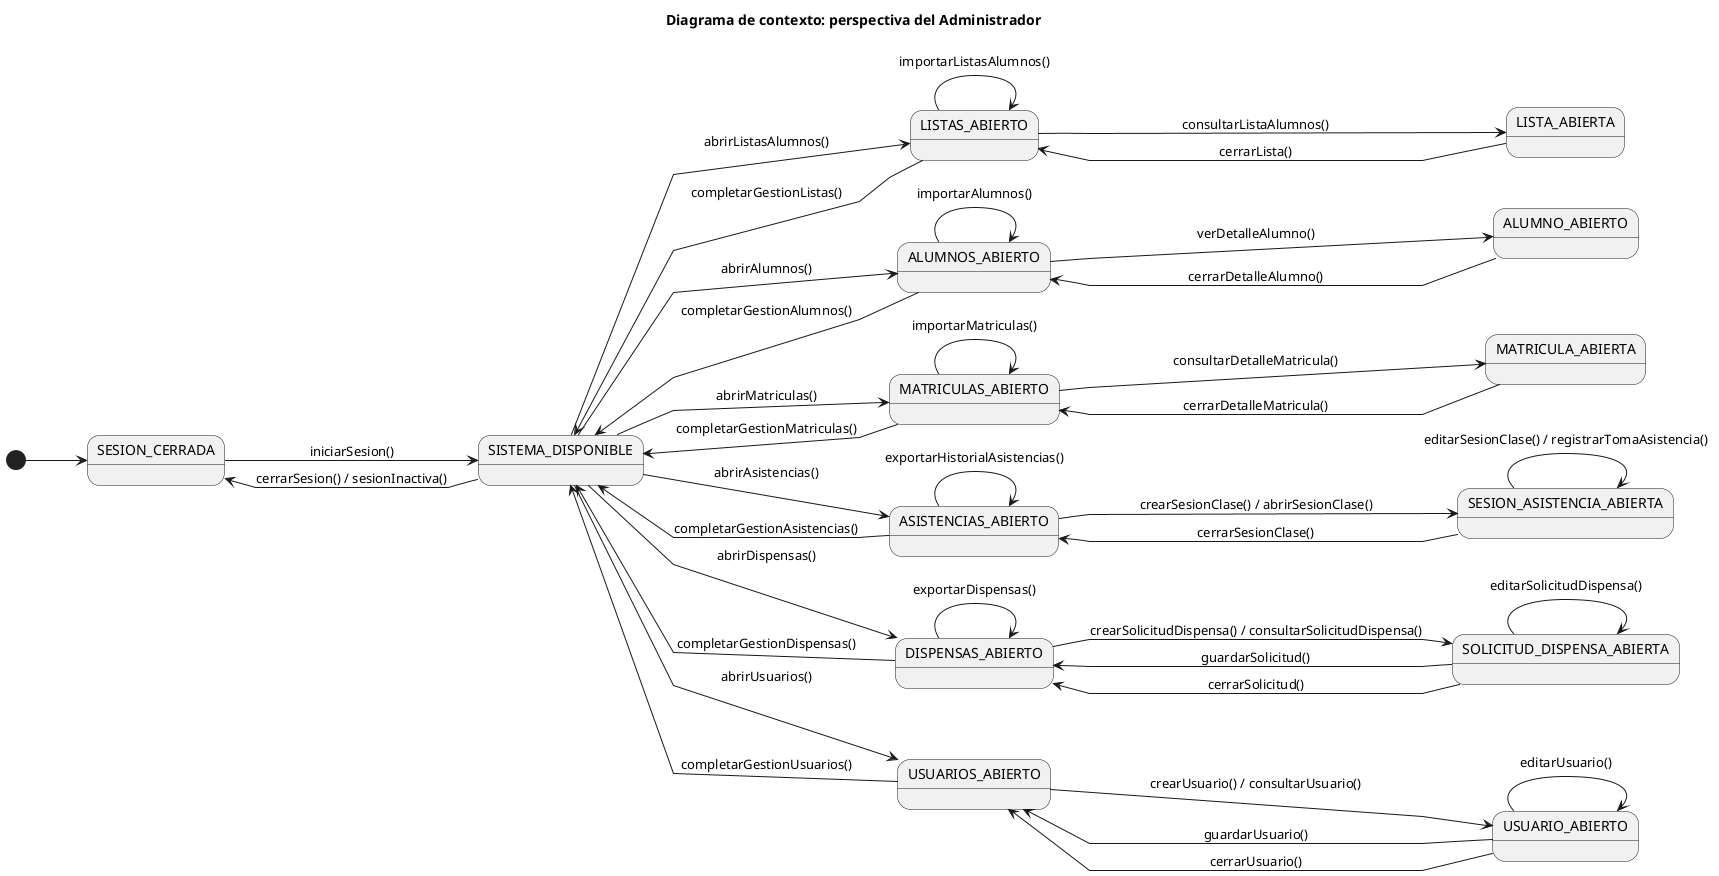
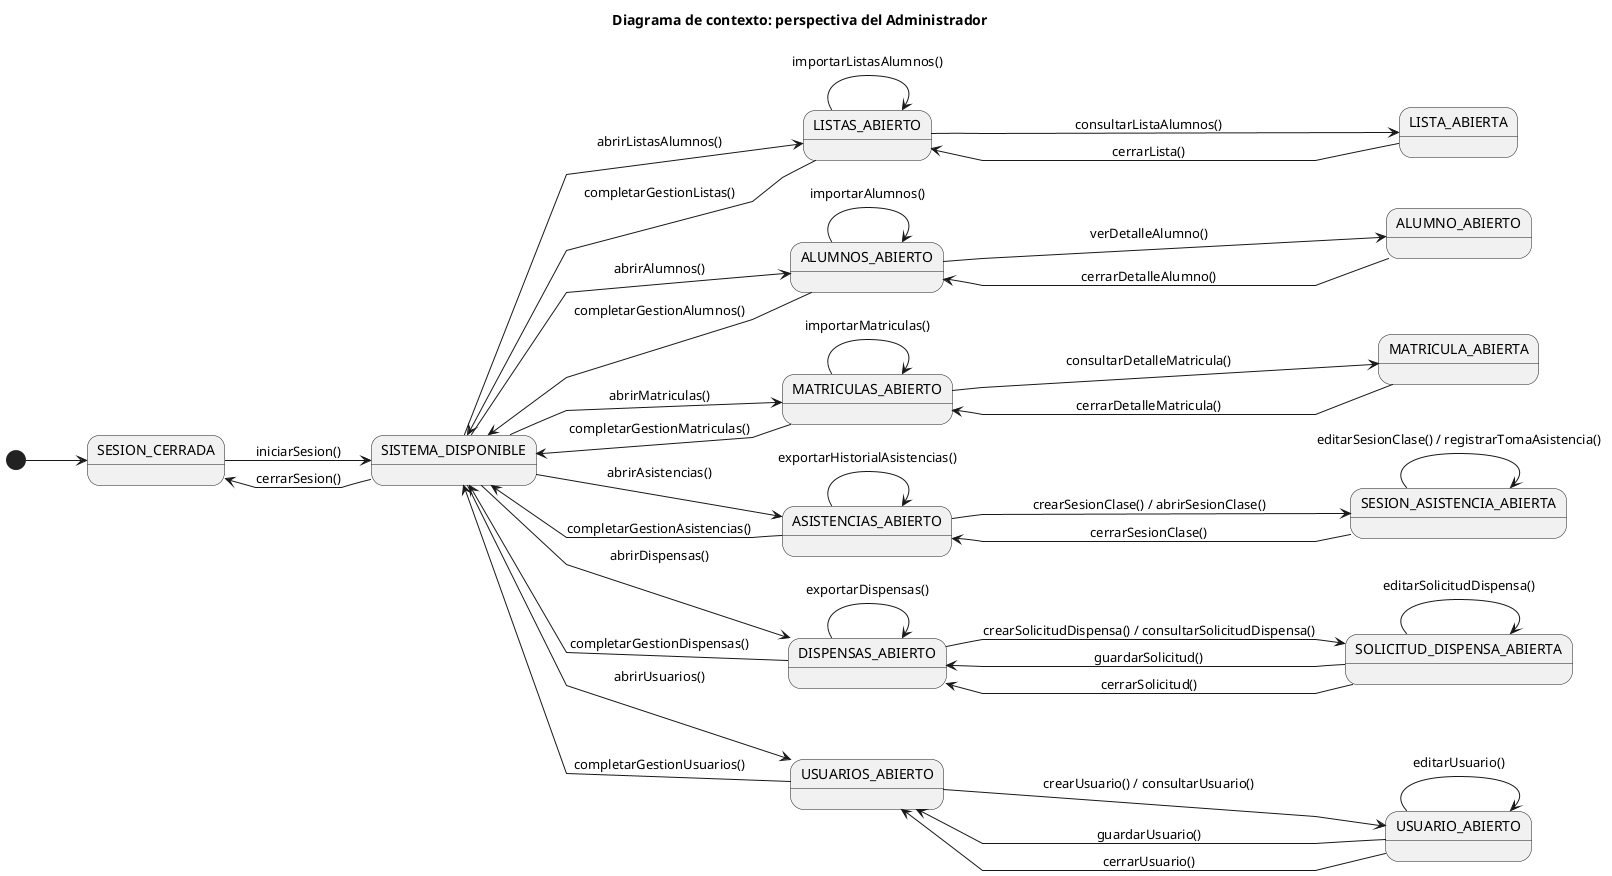
@startuml DiagramaDeContexto
title Diagrama de contexto: perspectiva del Administrador
left to right direction
skinparam linetype polyline

[*] --> SESION_CERRADA

SESION_CERRADA --> SISTEMA_DISPONIBLE : iniciarSesion()
- SISTEMA_DISPONIBLE --> SESION_CERRADA : cerrarSesion() / sesionInactiva()
+ SISTEMA_DISPONIBLE --> SESION_CERRADA : cerrarSesion()

'==========================================
'  MÓDULO LISTAS DE ALUMNOS (solo importar + consulta)
'==========================================
SISTEMA_DISPONIBLE --> LISTAS_ABIERTO : abrirListasAlumnos()
LISTAS_ABIERTO --> SISTEMA_DISPONIBLE : completarGestionListas()

' Importar todas las listas desde el sistema externo
LISTAS_ABIERTO --> LISTAS_ABIERTO : importarListasAlumnos()

' Consultar el detalle de una lista (solo lectura)
LISTAS_ABIERTO --> LISTA_ABIERTA : consultarListaAlumnos()
LISTA_ABIERTA --> LISTAS_ABIERTO : cerrarLista()

'==========================================
'  MÓDULO ALUMNOS (solo importación y consulta)
'==========================================
SISTEMA_DISPONIBLE --> ALUMNOS_ABIERTO : abrirAlumnos()
ALUMNOS_ABIERTO --> SISTEMA_DISPONIBLE : completarGestionAlumnos()

ALUMNOS_ABIERTO --> ALUMNOS_ABIERTO : importarAlumnos()
ALUMNOS_ABIERTO --> ALUMNO_ABIERTO : verDetalleAlumno()

ALUMNO_ABIERTO --> ALUMNOS_ABIERTO : cerrarDetalleAlumno()

'==========================================
'  MÓDULO MATRÍCULAS (solo importación y consulta)
'==========================================
SISTEMA_DISPONIBLE --> MATRICULAS_ABIERTO : abrirMatriculas()
MATRICULAS_ABIERTO --> SISTEMA_DISPONIBLE : completarGestionMatriculas()

MATRICULAS_ABIERTO --> MATRICULAS_ABIERTO : importarMatriculas()
MATRICULAS_ABIERTO --> MATRICULA_ABIERTA : consultarDetalleMatricula()

MATRICULA_ABIERTA --> MATRICULAS_ABIERTO : cerrarDetalleMatricula()

'==========================================
'  MÓDULO ASISTENCIAS
'==========================================
SISTEMA_DISPONIBLE --> ASISTENCIAS_ABIERTO : abrirAsistencias()
ASISTENCIAS_ABIERTO --> SISTEMA_DISPONIBLE : completarGestionAsistencias()

ASISTENCIAS_ABIERTO --> ASISTENCIAS_ABIERTO        : exportarHistorialAsistencias()
ASISTENCIAS_ABIERTO --> SESION_ASISTENCIA_ABIERTA : crearSesionClase() / abrirSesionClase()

SESION_ASISTENCIA_ABIERTA --> SESION_ASISTENCIA_ABIERTA : editarSesionClase() / registrarTomaAsistencia()
SESION_ASISTENCIA_ABIERTA --> ASISTENCIAS_ABIERTO      : cerrarSesionClase()

'==========================================
'  MÓDULO DISPENSAS
'==========================================
SISTEMA_DISPONIBLE --> DISPENSAS_ABIERTO : abrirDispensas()
DISPENSAS_ABIERTO --> SISTEMA_DISPONIBLE : completarGestionDispensas()

DISPENSAS_ABIERTO --> SOLICITUD_DISPENSA_ABIERTA : crearSolicitudDispensa() / consultarSolicitudDispensa()
DISPENSAS_ABIERTO --> DISPENSAS_ABIERTO         : exportarDispensas()

SOLICITUD_DISPENSA_ABIERTA --> SOLICITUD_DISPENSA_ABIERTA : editarSolicitudDispensa()
SOLICITUD_DISPENSA_ABIERTA --> DISPENSAS_ABIERTO         : guardarSolicitud()
SOLICITUD_DISPENSA_ABIERTA --> DISPENSAS_ABIERTO         : cerrarSolicitud()

'==========================================
'  MÓDULO USUARIOS Y ROLES (ADMINISTRADOR)
'==========================================
SISTEMA_DISPONIBLE --> USUARIOS_ABIERTO : abrirUsuarios()
USUARIOS_ABIERTO --> SISTEMA_DISPONIBLE : completarGestionUsuarios()

USUARIOS_ABIERTO --> USUARIO_ABIERTO : crearUsuario() / consultarUsuario()

USUARIO_ABIERTO --> USUARIO_ABIERTO   : editarUsuario()
USUARIO_ABIERTO --> USUARIOS_ABIERTO  : guardarUsuario()
USUARIO_ABIERTO --> USUARIOS_ABIERTO  : cerrarUsuario()

@enduml
